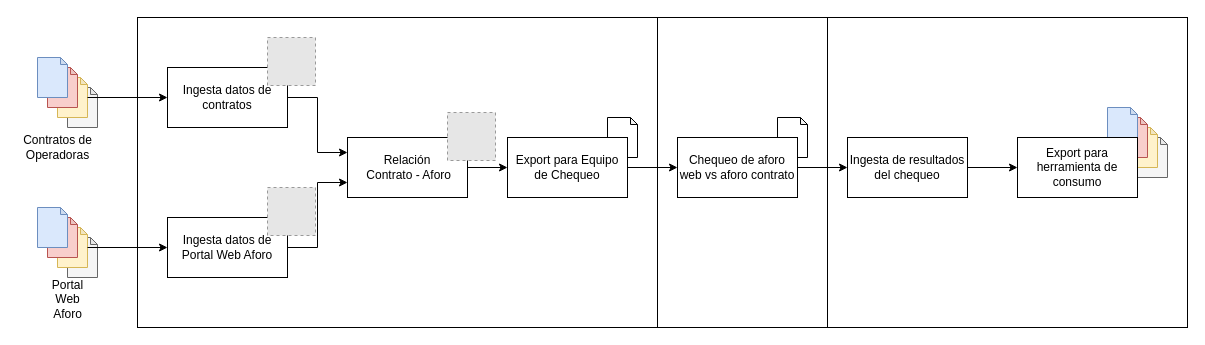
The draw.io diagram draw.io/LaLiga/Chek_Aforo.drawio in icuefue/draw.io, before the edit. Source tidied: cells renumbered, new cells numbered last; positions are measured from the earlier drawing's top-left corner, leaving out a move shared by most shapes. Both pictures are drawn from the tidied source at 100%, with x=0, y=0 at pixel (17, 17). Pictures stored in the file or linked from it are replaced by grey dashed boxes.
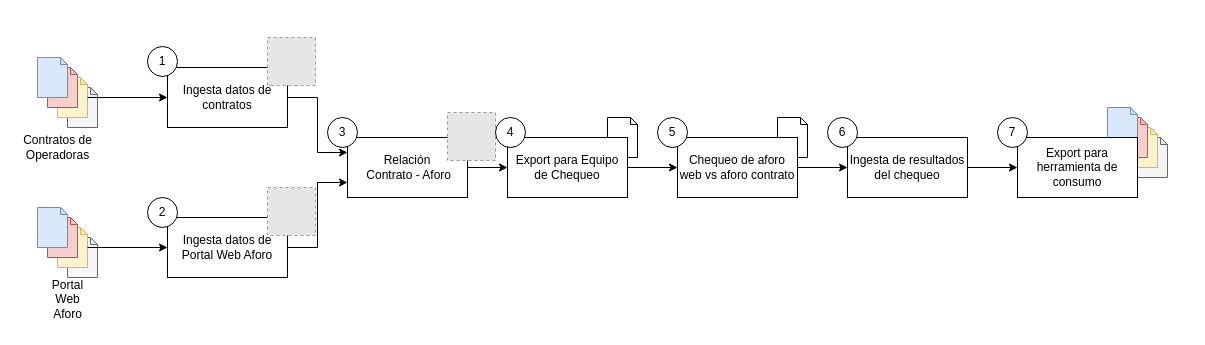
Above is the later version.

What changed in the source:
```diff
@@
-    <mxCell id="2" style="rounded=0;whiteSpace=wrap;html=1;labelBackgroundColor=#FF0000;" parent="1" vertex="1">
-      <mxGeometry x="640" width="170" height="310" as="geometry" />
-    </mxCell>
-    <mxCell id="3" style="rounded=0;whiteSpace=wrap;html=1;labelBackgroundColor=#FF0000;" parent="1" vertex="1">
-      <mxGeometry x="810" width="360" height="310" as="geometry" />
-    </mxCell>
-    <mxCell id="4" style="rounded=0;whiteSpace=wrap;html=1;labelBackgroundColor=#FF0000;" parent="1" vertex="1">
-      <mxGeometry x="120" width="520" height="310" as="geometry" />
-    </mxCell>
@@
+    <mxCell id="42" value="1" style="ellipse;whiteSpace=wrap;html=1;labelBackgroundColor=none;" parent="1" vertex="1">
+      <mxGeometry x="130" y="29" width="30" height="30" as="geometry" />
+    </mxCell>
+    <mxCell id="43" value="2" style="ellipse;whiteSpace=wrap;html=1;labelBackgroundColor=none;" parent="1" vertex="1">
+      <mxGeometry x="130" y="180" width="30" height="30" as="geometry" />
+    </mxCell>
+    <mxCell id="44" value="3" style="ellipse;whiteSpace=wrap;html=1;labelBackgroundColor=none;" parent="1" vertex="1">
+      <mxGeometry x="310" y="100" width="30" height="30" as="geometry" />
+    </mxCell>
+    <mxCell id="45" value="4" style="ellipse;whiteSpace=wrap;html=1;labelBackgroundColor=none;" parent="1" vertex="1">
+      <mxGeometry x="478" y="100" width="30" height="30" as="geometry" />
+    </mxCell>
+    <mxCell id="46" value="5" style="ellipse;whiteSpace=wrap;html=1;labelBackgroundColor=none;" parent="1" vertex="1">
+      <mxGeometry x="640" y="100" width="30" height="30" as="geometry" />
+    </mxCell>
+    <mxCell id="47" value="6" style="ellipse;whiteSpace=wrap;html=1;labelBackgroundColor=none;" parent="1" vertex="1">
+      <mxGeometry x="810" y="100" width="30" height="30" as="geometry" />
+    </mxCell>
+    <mxCell id="48" value="7" style="ellipse;whiteSpace=wrap;html=1;labelBackgroundColor=none;" parent="1" vertex="1">
+      <mxGeometry x="980" y="100" width="30" height="30" as="geometry" />
+    </mxCell>
```
